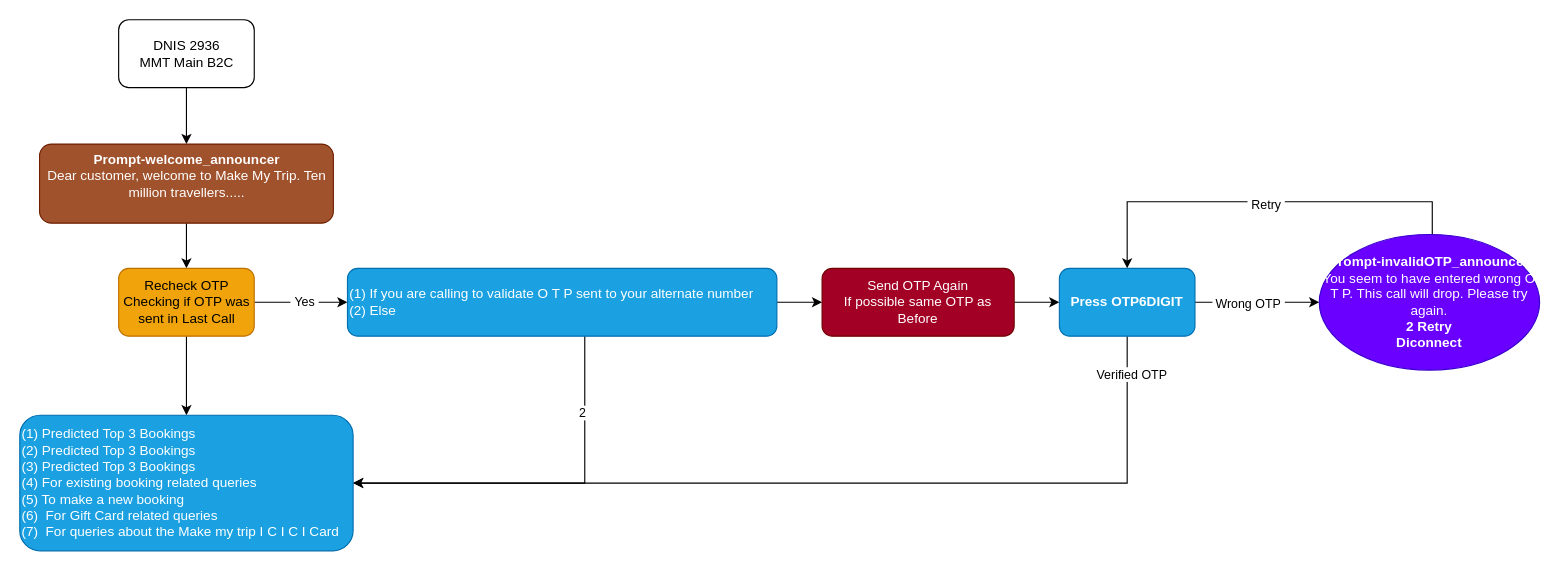
Before: IVR.drawio in gommtsahil/draw.io, a draw.io diagram. Source tidied: cells renumbered, new cells numbered last; positions are measured from the earlier drawing's top-left corner, leaving out a move shared by most shapes. Both pictures are drawn from the tidied source at 113%, with x=0, y=0 at pixel (19, 19).
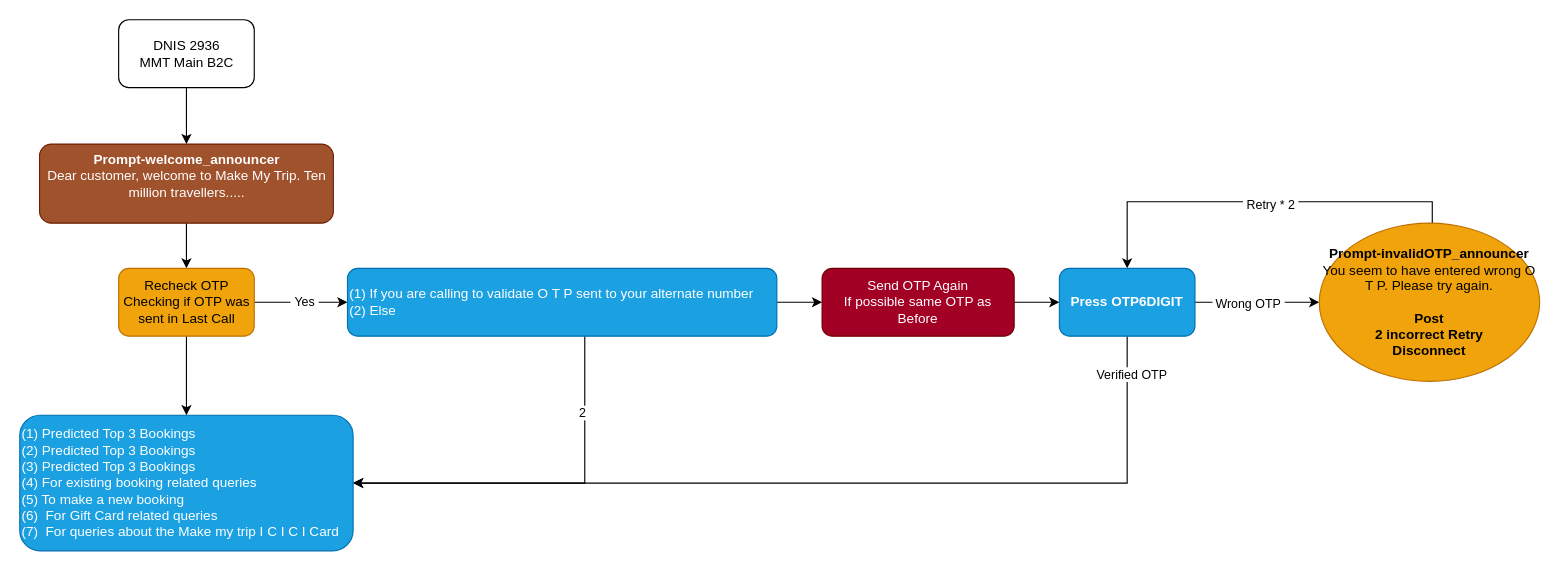
After the change.

The change refers to these unchanged cells:
```xml
<mxCell id="21" style="edgeStyle=orthogonalEdgeStyle;rounded=0;jettySize=auto;html=1;exitX=0.5;exitY=0;exitDx=0;exitDy=0;entryX=0.5;entryY=0;entryDx=0;entryDy=0;" parent="1" edge="1" source="23" target="24">
  <mxGeometry x="0.27" relative="1" as="geometry">
    <Array as="points">
      <mxPoint x="1250" y="210" />
      <mxPoint x="1250" y="161" />
      <mxPoint x="980" y="161" />
    </Array>
  </mxGeometry>
</mxCell>
```

Diff of the diagram source:
```diff
@@
-    <mxCell id="22" value="&amp;nbsp;Retry&amp;nbsp;" style="edgeLabel;html=1;align=center;verticalAlign=middle;" parent="21" vertex="1">
+    <mxCell id="22" value="&amp;nbsp;Retry * 2&amp;nbsp;" style="edgeLabel;html=1;align=center;verticalAlign=middle;" parent="21" vertex="1">
       <mxGeometry x="0.1" y="2" relative="1" as="geometry">
         <mxPoint x="1" as="offset" />
       </mxGeometry>
     </mxCell>
-    <mxCell id="23" value="&lt;strong class=&quot;node-name&quot;&gt;Prompt-invalidOTP_announcer&lt;br&gt;&lt;/strong&gt;You seem to have entered wrong O T P. This call will drop. Please try again.&lt;br&gt;&lt;strong class=&quot;node-name&quot;&gt;2 Retry&lt;br&gt;Diconnect&lt;/strong&gt;" style="ellipse;whiteSpace=wrap;html=1;shapeInside=1;align=center;fillColor=#6a00ff;strokeColor=#3700CC;fontColor=#ffffff;rounded=1;roundedPerimeter=1;" parent="1" vertex="1">
-      <mxGeometry x="1150" y="190" width="195" height="120" as="geometry" />
+    <mxCell id="23" value="&lt;strong class=&quot;node-name&quot;&gt;Prompt-invalidOTP_announcer&lt;br&gt;&lt;/strong&gt;You seem to have entered wrong O T P. Please try again.&lt;br&gt;&lt;b&gt;&lt;br&gt;Post&lt;/b&gt;&lt;br&gt;&lt;strong class=&quot;node-name&quot;&gt;2 incorrect Retry&lt;br&gt;Disconnect&lt;/strong&gt;" style="ellipse;whiteSpace=wrap;html=1;shapeInside=1;align=center;fillColor=#f0a30a;strokeColor=#BD7000;fontColor=#000000;rounded=1;roundedPerimeter=1;" parent="1" vertex="1">
+      <mxGeometry x="1150" y="180" width="195" height="140" as="geometry" />
     </mxCell>
```
